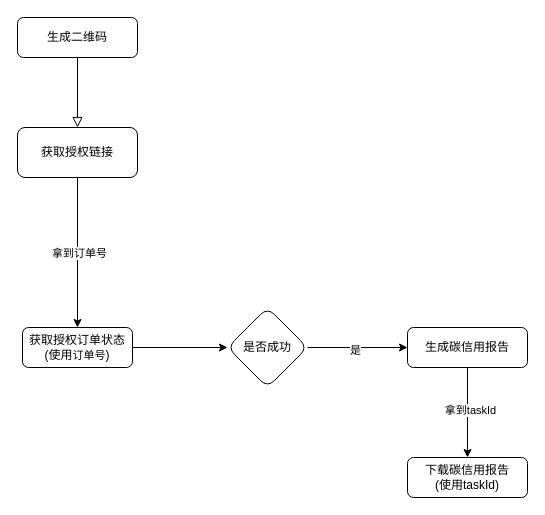
Before: Untitled Diagram.drawio in wellsleee/drawio, a draw.io diagram. Source tidied: cells renumbered, new cells numbered last; positions are measured from the earlier drawing's top-left corner, leaving out a move shared by most shapes. Both pictures are drawn from the tidied source at 100%, with x=0, y=0 at pixel (17, 17).
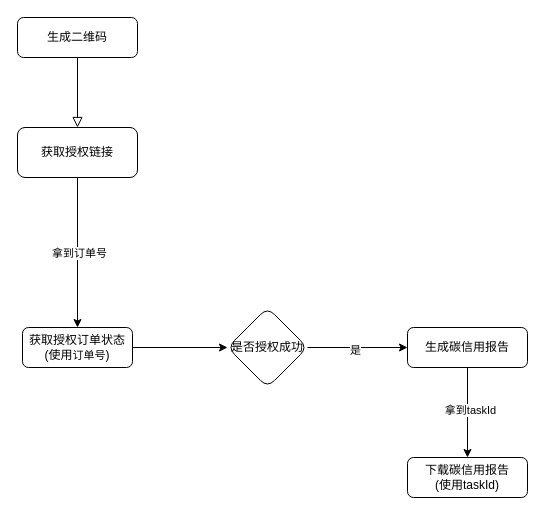
After the change.

The edit, as a diff of the source:
```diff
@@
 <mxGraphModel>
   <root>
     <mxCell id="0" />
     <mxCell id="1" parent="0" />
     <mxCell id="2" style="rounded=0;html=1;jettySize=auto;fontSize=11;endArrow=block;endFill=0;endSize=8;strokeWidth=1;shadow=0;labelBackgroundColor=none;edgeStyle=orthogonalEdgeStyle;entryX=0.5;entryY=0;entryDx=0;entryDy=0;" parent="1" edge="1" source="3" target="6">
       <mxGeometry relative="1" as="geometry" />
     </mxCell>
     <mxCell id="3" value="生成二维码" style="rounded=1;whiteSpace=wrap;html=1;fontSize=12;glass=0;strokeWidth=1;shadow=0;" parent="1" vertex="1">
       <mxGeometry width="120" height="40" as="geometry" />
     </mxCell>
     <mxCell id="4" style="edgeStyle=orthogonalEdgeStyle;rounded=0;jettySize=auto;html=1;" parent="1" edge="1" source="6" target="8">
       <mxGeometry relative="1" as="geometry" />
     </mxCell>
     <mxCell id="5" value="拿到订单号" style="edgeLabel;html=1;align=center;verticalAlign=middle;" parent="4" vertex="1">
       <mxGeometry y="1" relative="1" as="geometry" />
     </mxCell>
     <mxCell id="6" value="获取授权链接" style="rounded=1;whiteSpace=wrap;html=1;fontSize=12;glass=0;strokeWidth=1;shadow=0;" parent="1" vertex="1">
       <mxGeometry y="110" width="120" height="50" as="geometry" />
     </mxCell>
     <mxCell id="7" style="edgeStyle=orthogonalEdgeStyle;rounded=0;jettySize=auto;html=1;" parent="1" edge="1" source="8" target="14">
       <mxGeometry relative="1" as="geometry" />
     </mxCell>
     <mxCell id="8" value="获取授权订单状态&lt;div&gt;(使用&lt;span style=&quot;font-size: 11px; text-wrap-mode: nowrap; background-color: rgb(255, 255, 255);&quot;&gt;订单号&lt;/span&gt;)&lt;/div&gt;" style="rounded=1;whiteSpace=wrap;html=1;fontSize=12;glass=0;strokeWidth=1;shadow=0;" parent="1" vertex="1">
       <mxGeometry x="5" y="310" width="110" height="40" as="geometry" />
     </mxCell>
     <mxCell id="9" style="edgeStyle=orthogonalEdgeStyle;rounded=0;jettySize=auto;html=1;" parent="1" edge="1" source="11" target="15">
       <mxGeometry relative="1" as="geometry" />
     </mxCell>
     <mxCell id="10" value="拿到taskId" style="edgeLabel;html=1;align=center;verticalAlign=middle;" parent="9" vertex="1">
       <mxGeometry x="-0.07" y="2" relative="1" as="geometry" />
     </mxCell>
     <mxCell id="11" value="生成碳信用报告" style="rounded=1;whiteSpace=wrap;html=1;fontSize=12;glass=0;strokeWidth=1;shadow=0;" parent="1" vertex="1">
       <mxGeometry x="390" y="310" width="120" height="40" as="geometry" />
     </mxCell>
     <mxCell id="12" style="edgeStyle=orthogonalEdgeStyle;rounded=0;jettySize=auto;html=1;" parent="1" edge="1" source="14" target="11">
       <mxGeometry relative="1" as="geometry" />
     </mxCell>
     <mxCell id="13" value="是" style="edgeLabel;html=1;align=center;verticalAlign=middle;" parent="12" vertex="1">
       <mxGeometry x="-0.06" y="-2" relative="1" as="geometry" />
     </mxCell>
-    <mxCell id="14" value="是否成功" style="rhombus;whiteSpace=wrap;html=1;rounded=1;glass=0;strokeWidth=1;shadow=0;" parent="1" vertex="1">
+    <mxCell id="14" value="是否授权成功" style="rhombus;whiteSpace=wrap;html=1;rounded=1;glass=0;strokeWidth=1;shadow=0;" parent="1" vertex="1">
       <mxGeometry x="210" y="290" width="80" height="80" as="geometry" />
     </mxCell>
     <mxCell id="15" value="下载碳信用报告&lt;div&gt;(使用taskId)&lt;/div&gt;" style="rounded=1;whiteSpace=wrap;html=1;fontSize=12;glass=0;strokeWidth=1;shadow=0;" parent="1" vertex="1">
       <mxGeometry x="390" y="440" width="120" height="40" as="geometry" />
     </mxCell>
   </root>
 </mxGraphModel>
```
